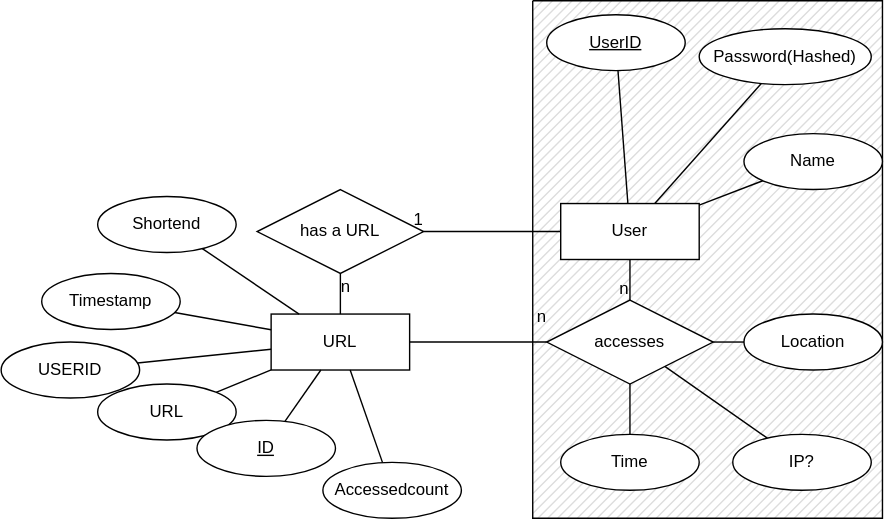
The draw.io diagram diagram.svg in Macks25/Linkshortener, before a commit. Source tidied: cells renumbered, new cells last; positions are measured from the earlier drawing's top-left corner, leaving out a move shared by most shapes.
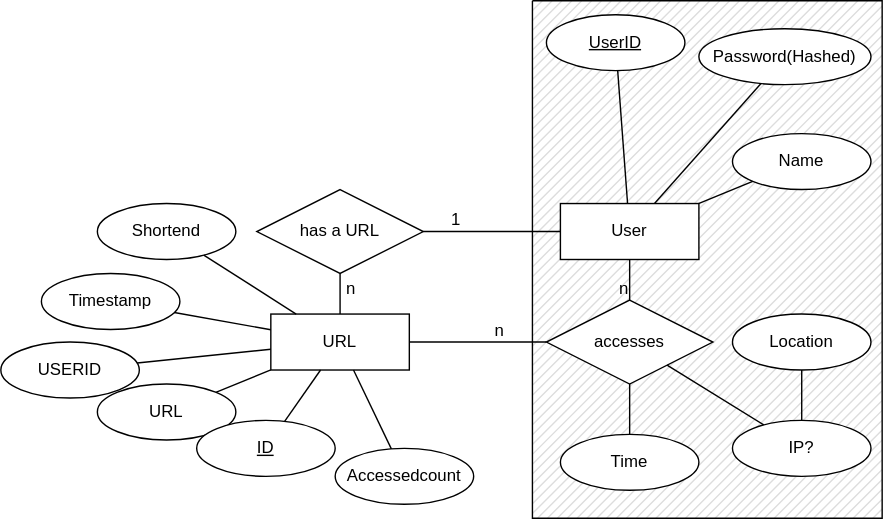
Later version of the same file.

Change to the diagram source:
```diff
@@ -18,10 +18,10 @@
       <mxGeometry y="244" width="99" height="40" as="geometry" />
     </mxCell>
     <mxCell id="7" value="Accessedcount" style="ellipse;whiteSpace=wrap;html=1;align=center;direction=east;" parent="1" vertex="1">
-      <mxGeometry x="230" y="330" width="99" height="40" as="geometry" />
+      <mxGeometry x="239" y="320" width="99" height="40" as="geometry" />
     </mxCell>
     <mxCell id="8" value="Shortend" style="ellipse;whiteSpace=wrap;html=1;align=center;direction=east;" parent="1" vertex="1">
-      <mxGeometry x="69" y="140" width="99" height="40" as="geometry" />
+      <mxGeometry x="69" y="145" width="99" height="40" as="geometry" />
     </mxCell>
     <mxCell id="9" value="ID" style="ellipse;whiteSpace=wrap;html=1;align=center;fontStyle=4;direction=east;" parent="1" vertex="1">
       <mxGeometry x="140" y="300" width="99" height="40" as="geometry" />
@@ -54,7 +54,7 @@
       <mxGeometry relative="1" as="geometry" />
     </mxCell>
     <mxCell id="19" value="Name" style="ellipse;whiteSpace=wrap;html=1;align=center;direction=east;" parent="1" vertex="1">
-      <mxGeometry x="531" y="95" width="99" height="40" as="geometry" />
+      <mxGeometry x="523" y="95" width="99" height="40" as="geometry" />
     </mxCell>
     <mxCell id="20" value="Password(Hashed)" style="ellipse;whiteSpace=wrap;html=1;align=center;direction=east;" parent="1" vertex="1">
       <mxGeometry x="499" y="20" width="123" height="40" as="geometry" />
@@ -73,21 +73,23 @@
     </mxCell>
     <mxCell id="25" value="n" style="html=1;align=right;verticalAlign=bottom;" parent="24" vertex="1">
       <mxGeometry x="1" relative="1" as="geometry">
-        <mxPoint x="8" y="19" as="offset" />
+        <mxPoint x="12" y="20" as="offset" />
       </mxGeometry>
     </mxCell>
     <mxCell id="26" style="endArrow=none;html=1;" parent="1" edge="1" source="16" target="23">
       <mxGeometry relative="1" as="geometry" />
     </mxCell>
     <mxCell id="27" value="1" style="html=1;align=right;verticalAlign=bottom;" parent="26" vertex="1">
-      <mxGeometry x="1" relative="1" as="geometry" />
+      <mxGeometry x="1" relative="1" as="geometry">
+        <mxPoint x="28" as="offset" />
+      </mxGeometry>
     </mxCell>
     <mxCell id="28" style="endArrow=none;html=1;" parent="1" edge="1" source="3" target="32">
       <mxGeometry relative="1" as="geometry" />
     </mxCell>
     <mxCell id="29" value="n" style="html=1;align=right;verticalAlign=bottom;" parent="28" vertex="1">
       <mxGeometry x="1" relative="1" as="geometry">
-        <mxPoint y="-10" as="offset" />
+        <mxPoint x="-30" as="offset" />
       </mxGeometry>
     </mxCell>
     <mxCell id="30" style="endArrow=none;html=1;" parent="1" edge="1" source="16" target="32">
@@ -106,15 +108,15 @@
       <mxGeometry x="400" y="310" width="99" height="40" as="geometry" />
     </mxCell>
     <mxCell id="35" value="IP?" style="ellipse;whiteSpace=wrap;html=1;align=center;direction=east;" parent="1" vertex="1">
-      <mxGeometry x="523" y="310" width="99" height="40" as="geometry" />
+      <mxGeometry x="523" y="300" width="99" height="40" as="geometry" />
     </mxCell>
     <mxCell id="36" value="Location" style="ellipse;whiteSpace=wrap;html=1;align=center;direction=east;" parent="1" vertex="1">
-      <mxGeometry x="531" y="224" width="99" height="40" as="geometry" />
+      <mxGeometry x="523" y="224" width="99" height="40" as="geometry" />
     </mxCell>
     <mxCell id="37" style="endArrow=none;html=1;" parent="1" edge="1" source="32" target="35">
       <mxGeometry relative="1" as="geometry" />
     </mxCell>
-    <mxCell id="38" style="endArrow=none;html=1;" parent="1" edge="1" source="36" target="32">
+    <mxCell id="38" style="endArrow=none;html=1;" parent="1" edge="1" source="36" target="35">
       <mxGeometry relative="1" as="geometry" />
     </mxCell>
   </root>
```
